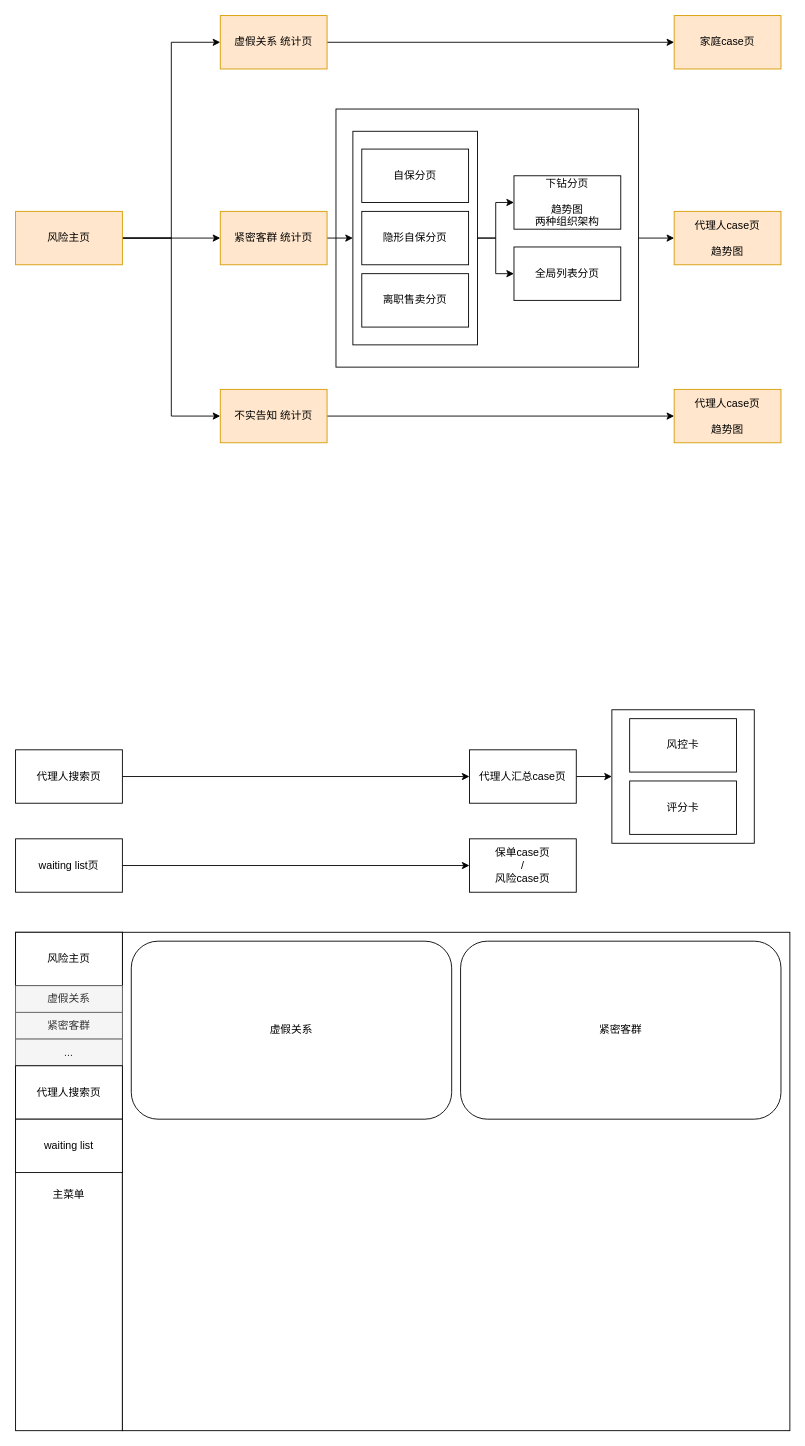
The draw.io diagram page "总体逻辑" (10 of 11) of 友邦/ux.drawio in XiaoLiuAI/diagrams, before the edit. Source tidied: cells renumbered, new cells numbered last; positions are measured from the earlier drawing's top-left corner, leaving out a move shared by most shapes. Both pictures are drawn from the tidied source at 89%, with x=0, y=0 at pixel (15, 15).
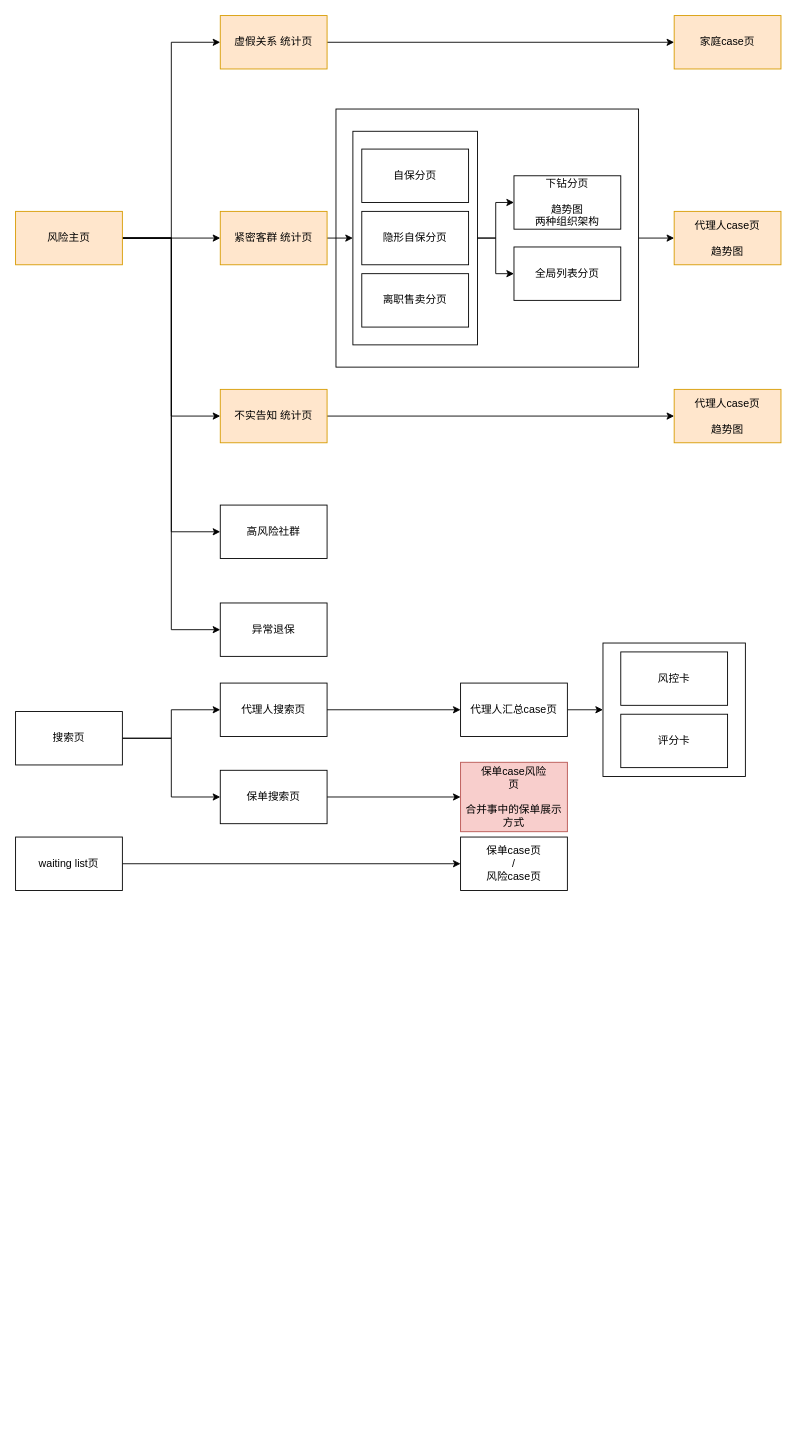
After the change.

The change refers to these unchanged cells:
```xml
<mxCell id="7" value="风险主页" style="rounded=0;whiteSpace=wrap;html=1;fillColor=#ffe6cc;strokeColor=#d79b00;" parent="1" vertex="1">
  <mxGeometry y="220" width="120" height="60" as="geometry" />
</mxCell>
```

Diff of the diagram source:
```diff
@@
+    <mxCell id="48" style="edgeStyle=orthogonalEdgeStyle;rounded=0;jettySize=auto;html=1;exitX=1;exitY=0.5;exitDx=0;exitDy=0;entryX=0;entryY=0.5;entryDx=0;entryDy=0;" parent="1" edge="1" source="7" target="52">
+      <mxGeometry relative="1" as="geometry" />
+    </mxCell>
+    <mxCell id="49" style="edgeStyle=orthogonalEdgeStyle;rounded=0;jettySize=auto;html=1;exitX=1;exitY=0.5;exitDx=0;exitDy=0;entryX=0;entryY=0.5;entryDx=0;entryDy=0;" parent="1" edge="1" source="7" target="53">
+      <mxGeometry relative="1" as="geometry" />
+    </mxCell>
@@
     <mxCell id="24" value="waiting list页" style="rounded=0;whiteSpace=wrap;html=1;" parent="1" vertex="1">
-      <mxGeometry y="925" width="120" height="60" as="geometry" />
+      <mxGeometry y="923" width="120" height="60" as="geometry" />
     </mxCell>
-    <mxCell id="25" style="edgeStyle=orthogonalEdgeStyle;rounded=0;jettySize=auto;html=1;exitX=1;exitY=0.5;exitDx=0;exitDy=0;entryX=0;entryY=0.5;entryDx=0;entryDy=0;" parent="1" edge="1" source="26" target="28">
+    <mxCell id="25" style="edgeStyle=orthogonalEdgeStyle;rounded=0;jettySize=auto;html=1;entryX=0;entryY=0.5;entryDx=0;entryDy=0;" parent="1" edge="1" source="40" target="28">
       <mxGeometry relative="1" as="geometry" />
     </mxCell>
+    <mxCell id="50" style="edgeStyle=orthogonalEdgeStyle;rounded=0;jettySize=auto;html=1;exitX=1;exitY=0.5;exitDx=0;exitDy=0;entryX=0;entryY=0.5;entryDx=0;entryDy=0;" parent="1" edge="1" source="26" target="40">
+      <mxGeometry relative="1" as="geometry" />
+    </mxCell>
+    <mxCell id="51" style="edgeStyle=orthogonalEdgeStyle;rounded=0;jettySize=auto;html=1;exitX=1;exitY=0.5;exitDx=0;exitDy=0;entryX=0;entryY=0.5;entryDx=0;entryDy=0;" parent="1" edge="1" source="26" target="55">
+      <mxGeometry relative="1" as="geometry" />
+    </mxCell>
-    <mxCell id="26" value="代理人搜索页" style="rounded=0;whiteSpace=wrap;html=1;" parent="1" vertex="1">
-      <mxGeometry y="825" width="120" height="60" as="geometry" />
+    <mxCell id="26" value="搜索页" style="rounded=0;whiteSpace=wrap;html=1;" parent="1" vertex="1">
+      <mxGeometry y="782" width="120" height="60" as="geometry" />
     </mxCell>
@@
     <mxCell id="28" value="代理人汇总case页" style="rounded=0;whiteSpace=wrap;html=1;" parent="1" vertex="1">
-      <mxGeometry x="510" y="825" width="120" height="60" as="geometry" />
+      <mxGeometry x="500" y="750" width="120" height="60" as="geometry" />
     </mxCell>
     <mxCell id="29" style="group;" parent="1" vertex="1">
-      <mxGeometry x="670" y="780" width="160" height="150" as="geometry" />
+      <mxGeometry x="660" y="705" width="160" height="150" as="geometry" />
     </mxCell>
@@
-    <mxCell id="33" style="rounded=0;whiteSpace=wrap;html=1;" parent="1" vertex="1">
-      <mxGeometry y="1030" width="120" height="560" as="geometry" />
-    </mxCell>
-    <mxCell id="34" style="rounded=0;whiteSpace=wrap;html=1;" parent="1" vertex="1">
-      <mxGeometry x="120" y="1030" width="750" height="560" as="geometry" />
-    </mxCell>
-    <mxCell id="35" value="主菜单" style="text;html=1;strokeColor=none;fillColor=none;align=center;verticalAlign=middle;whiteSpace=wrap;rounded=0;" parent="1" vertex="1">
-      <mxGeometry x="30" y="1310" width="60" height="30" as="geometry" />
-    </mxCell>
-    <mxCell id="36" value="风险主页" style="rounded=0;whiteSpace=wrap;html=1;" parent="1" vertex="1">
-      <mxGeometry y="1030" width="120" height="60" as="geometry" />
-    </mxCell>
-    <mxCell id="37" value="虚假关系" style="rounded=0;whiteSpace=wrap;html=1;fillColor=#f5f5f5;fontColor=#333333;strokeColor=#666666;" parent="1" vertex="1">
-      <mxGeometry y="1090" width="120" height="30" as="geometry" />
-    </mxCell>
-    <mxCell id="38" value="紧密客群" style="rounded=0;whiteSpace=wrap;html=1;fillColor=#f5f5f5;fontColor=#333333;strokeColor=#666666;" parent="1" vertex="1">
-      <mxGeometry y="1120" width="120" height="30" as="geometry" />
-    </mxCell>
-    <mxCell id="39" value="..." style="rounded=0;whiteSpace=wrap;html=1;fillColor=#f5f5f5;fontColor=#333333;strokeColor=#666666;" parent="1" vertex="1">
-      <mxGeometry y="1150" width="120" height="30" as="geometry" />
-    </mxCell>
-    <mxCell id="40" value="代理人搜索页" style="rounded=0;whiteSpace=wrap;html=1;" parent="1" vertex="1">
-      <mxGeometry y="1180" width="120" height="60" as="geometry" />
-    </mxCell>
-    <mxCell id="41" value="waiting list" style="rounded=0;whiteSpace=wrap;html=1;" parent="1" vertex="1">
-      <mxGeometry y="1240" width="120" height="60" as="geometry" />
-    </mxCell>
-    <mxCell id="42" value="虚假关系" style="rounded=1;whiteSpace=wrap;html=1;" parent="1" vertex="1">
-      <mxGeometry x="130" y="1040" width="360" height="200" as="geometry" />
-    </mxCell>
-    <mxCell id="43" value="紧密客群" style="rounded=1;whiteSpace=wrap;html=1;" parent="1" vertex="1">
-      <mxGeometry x="500" y="1040" width="360" height="200" as="geometry" />
-    </mxCell>
     <mxCell id="44" value="保单case页&lt;br&gt;/&lt;br&gt;风险case页" style="rounded=0;whiteSpace=wrap;html=1;" parent="1" vertex="1">
-      <mxGeometry x="510" y="925" width="120" height="60" as="geometry" />
+      <mxGeometry x="500" y="923" width="120" height="60" as="geometry" />
     </mxCell>
@@
+    <mxCell id="52" value="高风险社群" style="rounded=0;whiteSpace=wrap;html=1;" parent="1" vertex="1">
+      <mxGeometry x="230" y="550" width="120" height="60" as="geometry" />
+    </mxCell>
+    <mxCell id="53" value="异常退保" style="rounded=0;whiteSpace=wrap;html=1;" parent="1" vertex="1">
+      <mxGeometry x="230" y="660" width="120" height="60" as="geometry" />
+    </mxCell>
+    <mxCell id="40" value="代理人搜索页" style="rounded=0;whiteSpace=wrap;html=1;" parent="1" vertex="1">
+      <mxGeometry x="230" y="750" width="120" height="60" as="geometry" />
+    </mxCell>
+    <mxCell id="54" style="edgeStyle=orthogonalEdgeStyle;rounded=0;jettySize=auto;html=1;exitX=1;exitY=0.5;exitDx=0;exitDy=0;entryX=0;entryY=0.5;entryDx=0;entryDy=0;" parent="1" edge="1" source="55" target="56">
+      <mxGeometry relative="1" as="geometry" />
+    </mxCell>
+    <mxCell id="55" value="保单搜索页" style="rounded=0;whiteSpace=wrap;html=1;" parent="1" vertex="1">
+      <mxGeometry x="230" y="848" width="120" height="60" as="geometry" />
+    </mxCell>
+    <mxCell id="56" value="保单case风险&lt;br&gt;页&lt;br&gt;&lt;br&gt;合并事中的保单展示方式" style="rounded=0;whiteSpace=wrap;html=1;fillColor=#f8cecc;strokeColor=#b85450;" parent="1" vertex="1">
+      <mxGeometry x="500" y="839" width="120" height="78" as="geometry" />
+    </mxCell>
```
